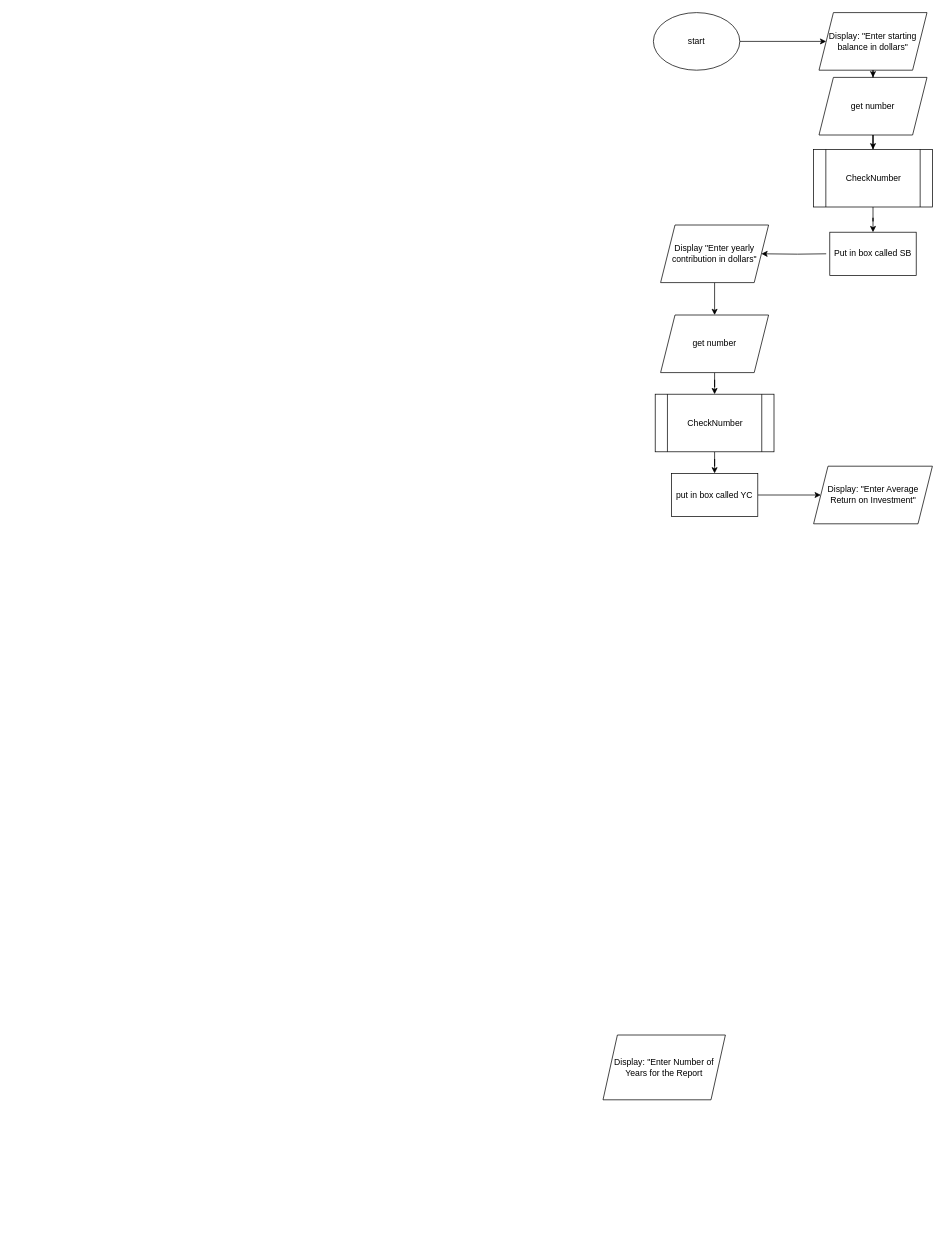
Above: advpseudoflow.drawio in WilsonTalentCenter/advpseudoflow-mbmaher (draw.io), before the change. Source tidied: cells renumbered, new cells numbered last; positions are measured from the earlier drawing's top-left corner, leaving out a move shared by most shapes. Both pictures are drawn from the tidied source at 72%, with x=0, y=0 at pixel (603, 12).
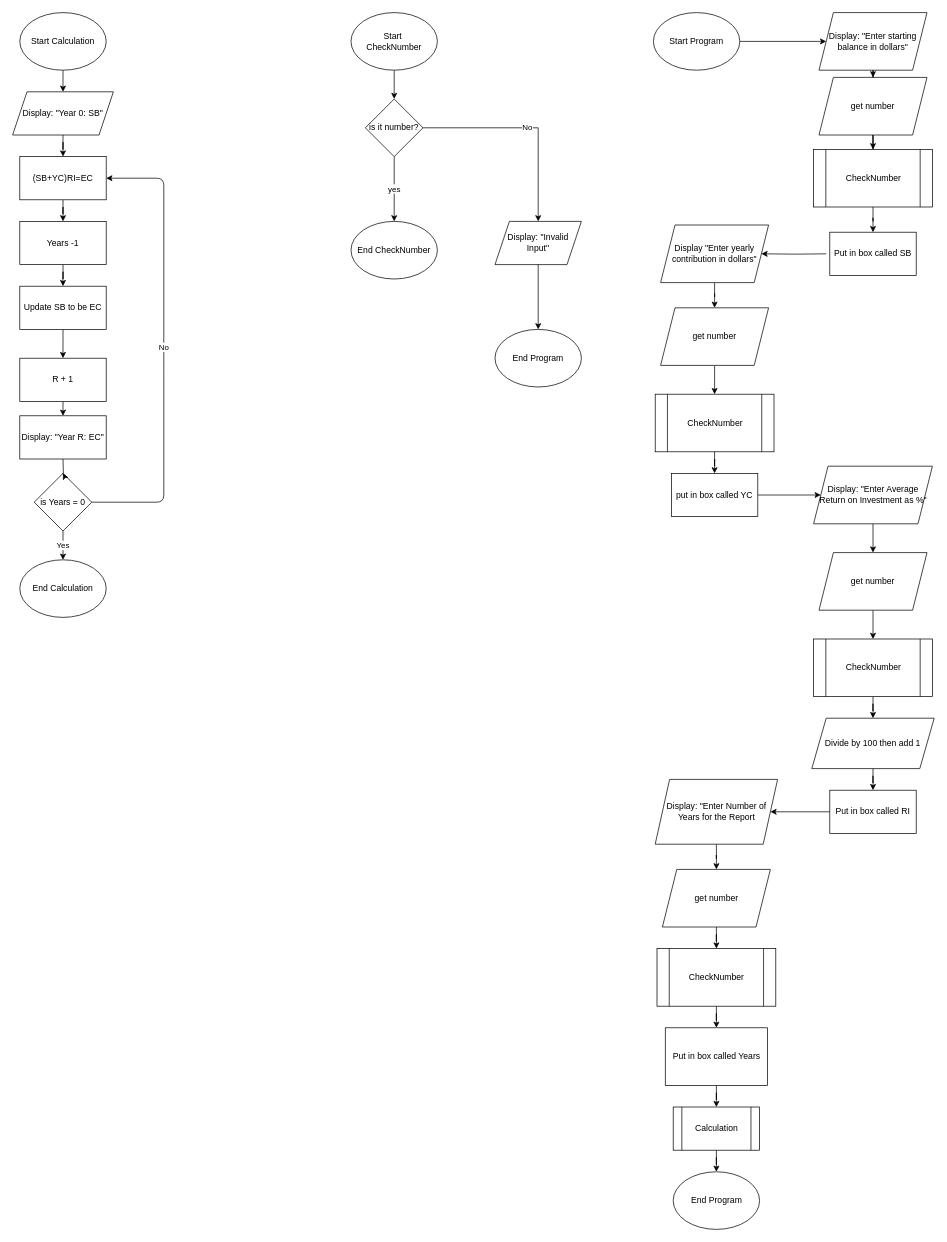
Above is the later version.

The edit, as a diff of the source:
```diff
@@
-    <mxCell id="3" value="start" style="ellipse;whiteSpace=wrap;html=1;" parent="1" vertex="1">
+    <mxCell id="3" value="Start Program" style="ellipse;whiteSpace=wrap;html=1;" parent="1" vertex="1">
       <mxGeometry x="70" width="120" height="80" as="geometry" />
     </mxCell>
@@
+    <mxCell id="22" style="edgeStyle=orthogonalEdgeStyle;rounded=0;jettySize=auto;html=1;" parent="1" edge="1" source="8" target="34">
+      <mxGeometry relative="1" as="geometry" />
+    </mxCell>
-    <mxCell id="8" value="Display: &quot;Enter Average Return on Investment&quot;" style="shape=parallelogram;perimeter=parallelogramPerimeter;whiteSpace=wrap;html=1;fixedSize=1;" parent="1" vertex="1">
+    <mxCell id="8" value="Display: &quot;Enter Average Return on Investment as %&quot;" style="shape=parallelogram;perimeter=parallelogramPerimeter;whiteSpace=wrap;html=1;fixedSize=1;" parent="1" vertex="1">
       <mxGeometry x="292.5" y="630" width="165" height="80" as="geometry" />
     </mxCell>
+    <mxCell id="23" style="edgeStyle=orthogonalEdgeStyle;rounded=0;jettySize=auto;html=1;" parent="1" edge="1" source="9" target="42">
+      <mxGeometry relative="1" as="geometry" />
+    </mxCell>
     <mxCell id="9" value="Display: &quot;Enter Number of Years for the Report" style="shape=parallelogram;perimeter=parallelogramPerimeter;whiteSpace=wrap;html=1;fixedSize=1;" parent="1" vertex="1">
-      <mxGeometry y="1420" width="170" height="90" as="geometry" />
+      <mxGeometry x="72.5" y="1065" width="170" height="90" as="geometry" />
     </mxCell>
@@
     <mxCell id="16" value="get number" style="shape=parallelogram;perimeter=parallelogramPerimeter;whiteSpace=wrap;html=1;fixedSize=1;" parent="1" vertex="1">
-      <mxGeometry x="80" y="420" width="150" height="80" as="geometry" />
+      <mxGeometry x="80" y="410" width="150" height="80" as="geometry" />
     </mxCell>
@@
+    <mxCell id="24" style="edgeStyle=orthogonalEdgeStyle;rounded=0;jettySize=auto;html=1;" parent="1" edge="1" source="25" target="27">
+      <mxGeometry relative="1" as="geometry" />
+    </mxCell>
+    <mxCell id="25" value="Start&amp;nbsp;&lt;br&gt;CheckNumber" style="ellipse;whiteSpace=wrap;html=1;" parent="1" vertex="1">
+      <mxGeometry x="-350" width="120" height="80" as="geometry" />
+    </mxCell>
+    <mxCell id="26" value="No" style="edgeStyle=orthogonalEdgeStyle;rounded=0;jettySize=auto;html=1;" parent="1" edge="1" source="27" target="29">
+      <mxGeometry relative="1" as="geometry" />
+    </mxCell>
+    <mxCell id="27" value="is it number?" style="rhombus;whiteSpace=wrap;html=1;" parent="1" vertex="1">
+      <mxGeometry x="-330" y="120" width="80" height="80" as="geometry" />
+    </mxCell>
+    <mxCell id="28" value="yes" style="endArrow=classic;html=1;exitX=0.5;exitY=1;exitDx=0;exitDy=0;" parent="1" edge="1" source="27">
+      <mxGeometry relative="1" as="geometry">
+        <mxPoint x="-290" y="290" as="targetPoint" />
+      </mxGeometry>
+    </mxCell>
+    <mxCell id="29" value="Display: &quot;Invalid Input&quot;" style="shape=parallelogram;perimeter=parallelogramPerimeter;whiteSpace=wrap;html=1;fixedSize=1;" parent="1" vertex="1">
+      <mxGeometry x="-150" y="290" width="120" height="60" as="geometry" />
+    </mxCell>
+    <mxCell id="30" value="End CheckNumber" style="ellipse;whiteSpace=wrap;html=1;" parent="1" vertex="1">
+      <mxGeometry x="-350" y="290" width="120" height="80" as="geometry" />
+    </mxCell>
+    <mxCell id="31" value="End Program" style="ellipse;whiteSpace=wrap;html=1;" parent="1" vertex="1">
+      <mxGeometry x="-150" y="440" width="120" height="80" as="geometry" />
+    </mxCell>
+    <mxCell id="32" style="endArrow=classic;html=1;exitX=0.5;exitY=1;exitDx=0;exitDy=0;" parent="1" edge="1" source="29" target="31">
+      <mxGeometry relative="1" as="geometry" />
+    </mxCell>
+    <mxCell id="33" style="edgeStyle=orthogonalEdgeStyle;rounded=0;jettySize=auto;html=1;" parent="1" edge="1" source="34" target="36">
+      <mxGeometry relative="1" as="geometry" />
+    </mxCell>
+    <mxCell id="34" value="get number" style="shape=parallelogram;perimeter=parallelogramPerimeter;whiteSpace=wrap;html=1;fixedSize=1;" parent="1" vertex="1">
+      <mxGeometry x="300" y="750" width="150" height="80" as="geometry" />
+    </mxCell>
+    <mxCell id="35" style="edgeStyle=orthogonalEdgeStyle;rounded=0;jettySize=auto;html=1;" parent="1" edge="1" source="36" target="40">
+      <mxGeometry relative="1" as="geometry" />
+    </mxCell>
+    <mxCell id="36" value="CheckNumber" style="shape=process;whiteSpace=wrap;html=1;backgroundOutline=1;" parent="1" vertex="1">
+      <mxGeometry x="292.5" y="870" width="165" height="80" as="geometry" />
+    </mxCell>
+    <mxCell id="37" style="edgeStyle=orthogonalEdgeStyle;rounded=0;jettySize=auto;html=1;" parent="1" edge="1" source="38" target="9">
+      <mxGeometry relative="1" as="geometry" />
+    </mxCell>
+    <mxCell id="38" value="Put in box called RI" style="rounded=0;whiteSpace=wrap;html=1;" parent="1" vertex="1">
+      <mxGeometry x="315" y="1080" width="120" height="60" as="geometry" />
+    </mxCell>
+    <mxCell id="39" style="edgeStyle=orthogonalEdgeStyle;rounded=0;jettySize=auto;html=1;" parent="1" edge="1" source="40" target="38">
+      <mxGeometry relative="1" as="geometry" />
+    </mxCell>
+    <mxCell id="40" value="Divide by 100 then add 1" style="shape=parallelogram;perimeter=parallelogramPerimeter;whiteSpace=wrap;html=1;fixedSize=1;" parent="1" vertex="1">
+      <mxGeometry x="290" y="980" width="170" height="70" as="geometry" />
+    </mxCell>
+    <mxCell id="41" style="edgeStyle=orthogonalEdgeStyle;rounded=0;jettySize=auto;html=1;" parent="1" edge="1" source="42" target="44">
+      <mxGeometry relative="1" as="geometry" />
+    </mxCell>
+    <mxCell id="42" value="get number" style="shape=parallelogram;perimeter=parallelogramPerimeter;whiteSpace=wrap;html=1;fixedSize=1;" parent="1" vertex="1">
+      <mxGeometry x="82.5" y="1190" width="150" height="80" as="geometry" />
+    </mxCell>
+    <mxCell id="43" style="edgeStyle=orthogonalEdgeStyle;rounded=0;jettySize=auto;html=1;" parent="1" edge="1" source="44" target="46">
+      <mxGeometry relative="1" as="geometry" />
+    </mxCell>
+    <mxCell id="44" value="CheckNumber" style="shape=process;whiteSpace=wrap;html=1;backgroundOutline=1;" parent="1" vertex="1">
+      <mxGeometry x="75" y="1300" width="165" height="80" as="geometry" />
+    </mxCell>
+    <mxCell id="45" style="edgeStyle=orthogonalEdgeStyle;rounded=0;jettySize=auto;html=1;" parent="1" edge="1" source="46" target="50">
+      <mxGeometry relative="1" as="geometry" />
+    </mxCell>
+    <mxCell id="46" value="Put in box called Years" style="rounded=0;whiteSpace=wrap;html=1;" parent="1" vertex="1">
+      <mxGeometry x="86.5" y="1410" width="142" height="80" as="geometry" />
+    </mxCell>
+    <mxCell id="47" style="edgeStyle=orthogonalEdgeStyle;rounded=0;jettySize=auto;html=1;" parent="1" edge="1" source="48">
+      <mxGeometry relative="1" as="geometry">
+        <mxPoint x="-750" y="110" as="targetPoint" />
+      </mxGeometry>
+    </mxCell>
+    <mxCell id="48" value="Start Calculation" style="ellipse;whiteSpace=wrap;html=1;" parent="1" vertex="1">
+      <mxGeometry x="-810" width="120" height="80" as="geometry" />
+    </mxCell>
+    <mxCell id="49" style="edgeStyle=orthogonalEdgeStyle;rounded=0;jettySize=auto;html=1;" parent="1" edge="1" source="50" target="67">
+      <mxGeometry relative="1" as="geometry" />
+    </mxCell>
+    <mxCell id="50" value="Calculation" style="shape=process;whiteSpace=wrap;html=1;backgroundOutline=1;" parent="1" vertex="1">
+      <mxGeometry x="97.5" y="1520" width="120" height="60" as="geometry" />
+    </mxCell>
+    <mxCell id="51" style="edgeStyle=orthogonalEdgeStyle;rounded=0;jettySize=auto;html=1;" parent="1" edge="1" source="52" target="56">
+      <mxGeometry relative="1" as="geometry" />
+    </mxCell>
+    <mxCell id="52" value="(SB+YC)RI=EC" style="rounded=0;whiteSpace=wrap;html=1;" parent="1" vertex="1">
+      <mxGeometry x="-810" y="200" width="120" height="60" as="geometry" />
+    </mxCell>
+    <mxCell id="53" style="edgeStyle=orthogonalEdgeStyle;rounded=0;jettySize=auto;html=1;" parent="1" edge="1" source="54" target="52">
+      <mxGeometry relative="1" as="geometry" />
+    </mxCell>
+    <mxCell id="54" value="Display: &quot;Year 0: SB&quot;" style="shape=parallelogram;perimeter=parallelogramPerimeter;whiteSpace=wrap;html=1;fixedSize=1;" parent="1" vertex="1">
+      <mxGeometry x="-820" y="110" width="140" height="60" as="geometry" />
+    </mxCell>
+    <mxCell id="55" style="edgeStyle=orthogonalEdgeStyle;rounded=0;jettySize=auto;html=1;" parent="1" edge="1" source="56" target="58">
+      <mxGeometry relative="1" as="geometry" />
+    </mxCell>
+    <mxCell id="56" value="Years -1" style="rounded=0;whiteSpace=wrap;html=1;" parent="1" vertex="1">
+      <mxGeometry x="-810" y="290" width="120" height="60" as="geometry" />
+    </mxCell>
+    <mxCell id="57" style="edgeStyle=orthogonalEdgeStyle;rounded=0;jettySize=auto;html=1;" parent="1" edge="1" source="58" target="65">
+      <mxGeometry relative="1" as="geometry" />
+    </mxCell>
+    <mxCell id="58" value="Update SB to be EC" style="whiteSpace=wrap;html=1;rounded=0;" parent="1" vertex="1">
+      <mxGeometry x="-810" y="380" width="120" height="60" as="geometry" />
+    </mxCell>
+    <mxCell id="59" value="Yes" style="edgeStyle=orthogonalEdgeStyle;rounded=0;jettySize=auto;html=1;" parent="1" edge="1" source="60" target="62">
+      <mxGeometry relative="1" as="geometry" />
+    </mxCell>
+    <mxCell id="60" value="is Years = 0" style="rhombus;whiteSpace=wrap;html=1;" parent="1" vertex="1">
+      <mxGeometry x="-790" y="640" width="80" height="80" as="geometry" />
+    </mxCell>
+    <mxCell id="61" value="No" style="endArrow=classic;html=1;exitX=1;exitY=0.5;exitDx=0;exitDy=0;entryX=1;entryY=0.5;entryDx=0;entryDy=0;" parent="1" edge="1" source="60" target="52">
+      <mxGeometry relative="1" as="geometry">
+        <Array as="points">
+          <mxPoint x="-610" y="680" />
+          <mxPoint x="-610" y="510" />
+          <mxPoint x="-610" y="230" />
+        </Array>
+      </mxGeometry>
+    </mxCell>
+    <mxCell id="62" value="End Calculation" style="ellipse;whiteSpace=wrap;html=1;" parent="1" vertex="1">
+      <mxGeometry x="-810" y="760" width="120" height="80" as="geometry" />
+    </mxCell>
+    <mxCell id="63" style="edgeStyle=orthogonalEdgeStyle;rounded=0;jettySize=auto;html=1;" parent="1" edge="1" target="60">
+      <mxGeometry relative="1" as="geometry">
+        <mxPoint x="-750" y="620" as="sourcePoint" />
+      </mxGeometry>
+    </mxCell>
+    <mxCell id="64" style="edgeStyle=orthogonalEdgeStyle;rounded=0;jettySize=auto;html=1;" parent="1" edge="1" source="65">
+      <mxGeometry relative="1" as="geometry">
+        <mxPoint x="-750" y="560" as="targetPoint" />
+      </mxGeometry>
+    </mxCell>
+    <mxCell id="65" value="R + 1" style="rounded=0;whiteSpace=wrap;html=1;" parent="1" vertex="1">
+      <mxGeometry x="-810" y="480" width="120" height="60" as="geometry" />
+    </mxCell>
+    <mxCell id="66" value="Display: &quot;Year R: EC&quot;" style="rounded=0;whiteSpace=wrap;html=1;" parent="1" vertex="1">
+      <mxGeometry x="-810" y="560" width="120" height="60" as="geometry" />
+    </mxCell>
+    <mxCell id="67" value="End Program" style="ellipse;whiteSpace=wrap;html=1;" parent="1" vertex="1">
+      <mxGeometry x="97.5" y="1610" width="120" height="80" as="geometry" />
+    </mxCell>
```
